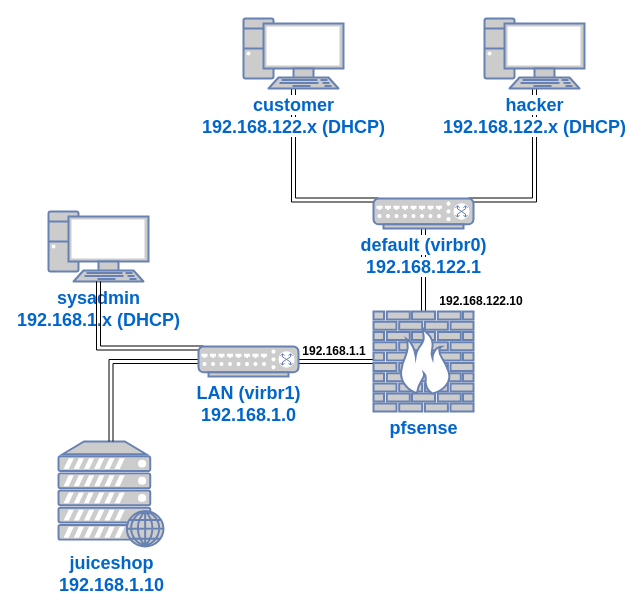
Earlier version of the draw.io diagram content/labs/diagrams/lab-05-pfsense-LAN.drawio (bsebhat/bsebhat.github.io). Source tidied: cells renumbered, new cells numbered last; positions are measured from the earlier drawing's top-left corner, leaving out a move shared by most shapes. Both pictures are drawn from the tidied source at 100%, with x=0, y=0 at pixel (48, 18).
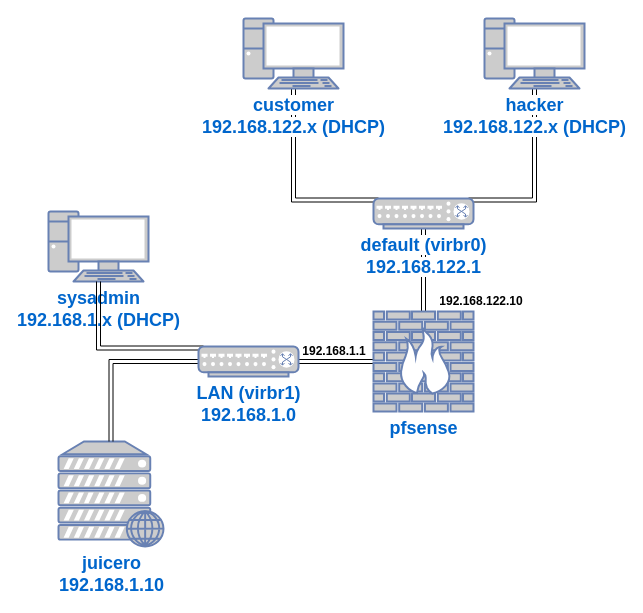
The same diagram, later.

Change to the diagram source:
```diff
@@
 <mxGraphModel>
   <root>
     <mxCell id="0" />
     <mxCell id="1" parent="0" />
     <mxCell id="2" style="edgeStyle=orthogonalEdgeStyle;shape=link;rounded=0;jettySize=auto;html=1;exitX=0.05;exitY=0.05;exitDx=0;exitDy=0;exitPerimeter=0;" parent="1" edge="1" source="5" target="8">
       <mxGeometry relative="1" as="geometry" />
     </mxCell>
     <mxCell id="3" style="edgeStyle=orthogonalEdgeStyle;shape=link;rounded=0;jettySize=auto;html=1;exitX=0.95;exitY=0.05;exitDx=0;exitDy=0;exitPerimeter=0;" parent="1" edge="1" source="5" target="9">
       <mxGeometry relative="1" as="geometry" />
     </mxCell>
     <mxCell id="4" style="edgeStyle=orthogonalEdgeStyle;shape=link;rounded=0;jettySize=auto;html=1;exitX=0.5;exitY=1;exitDx=0;exitDy=0;exitPerimeter=0;" parent="1" edge="1" source="5" target="11">
       <mxGeometry relative="1" as="geometry" />
     </mxCell>
     <mxCell id="5" value="&lt;b style=&quot;border-color: var(--border-color);&quot;&gt;&lt;font style=&quot;border-color: var(--border-color); font-size: 18px; background-color: rgb(255, 255, 255);&quot;&gt;default (virbr0)&lt;br style=&quot;border-color: var(--border-color);&quot;&gt;192.168.122.1&lt;/font&gt;&lt;/b&gt;" style="fontColor=#0066CC;verticalAlign=top;verticalLabelPosition=bottom;labelPosition=center;align=center;html=1;outlineConnect=0;fillColor=#CCCCCC;strokeColor=#6881B3;gradientColor=none;gradientDirection=north;strokeWidth=2;shape=mxgraph.networks.switch;" parent="1" vertex="1">
       <mxGeometry x="325" y="180" width="100" height="30" as="geometry" />
     </mxCell>
-    <mxCell id="6" value="&lt;b style=&quot;border-color: var(--border-color);&quot;&gt;&lt;font style=&quot;border-color: var(--border-color); font-size: 18px;&quot;&gt;juiceshop&lt;br style=&quot;border-color: var(--border-color);&quot;&gt;192.168.1.10&lt;/font&gt;&lt;/b&gt;" style="fontColor=#0066CC;verticalAlign=top;verticalLabelPosition=bottom;labelPosition=center;align=center;html=1;outlineConnect=0;fillColor=#CCCCCC;strokeColor=#6881B3;gradientColor=none;gradientDirection=north;strokeWidth=2;shape=mxgraph.networks.web_server;" parent="1" vertex="1">
+    <mxCell id="6" value="&lt;b style=&quot;border-color: var(--border-color);&quot;&gt;&lt;font style=&quot;border-color: var(--border-color); font-size: 18px;&quot;&gt;juicero&lt;br style=&quot;border-color: var(--border-color);&quot;&gt;192.168.1.10&lt;/font&gt;&lt;/b&gt;" style="fontColor=#0066CC;verticalAlign=top;verticalLabelPosition=bottom;labelPosition=center;align=center;html=1;outlineConnect=0;fillColor=#CCCCCC;strokeColor=#6881B3;gradientColor=none;gradientDirection=north;strokeWidth=2;shape=mxgraph.networks.web_server;" parent="1" vertex="1">
       <mxGeometry x="10" y="423" width="105" height="105" as="geometry" />
     </mxCell>
     <mxCell id="7" value="&lt;b&gt;&lt;font style=&quot;font-size: 18px; background-color: rgb(255, 255, 255);&quot;&gt;sysadmin&lt;br&gt;192.168.1.x (DHCP)&lt;/font&gt;&lt;/b&gt;" style="fontColor=#0066CC;verticalAlign=top;verticalLabelPosition=bottom;labelPosition=center;align=center;html=1;outlineConnect=0;fillColor=#CCCCCC;strokeColor=#6881B3;gradientColor=none;gradientDirection=north;strokeWidth=2;shape=mxgraph.networks.pc;" parent="1" vertex="1">
       <mxGeometry y="193" width="100" height="70" as="geometry" />
     </mxCell>
     <mxCell id="8" value="&lt;b&gt;&lt;font style=&quot;font-size: 18px; background-color: rgb(255, 255, 255);&quot;&gt;customer&lt;br&gt;192.168.122.x (DHCP)&lt;/font&gt;&lt;/b&gt;" style="fontColor=#0066CC;verticalAlign=top;verticalLabelPosition=bottom;labelPosition=center;align=center;html=1;outlineConnect=0;fillColor=#CCCCCC;strokeColor=#6881B3;gradientColor=none;gradientDirection=north;strokeWidth=2;shape=mxgraph.networks.pc;" parent="1" vertex="1">
       <mxGeometry x="195" width="100" height="70" as="geometry" />
     </mxCell>
     <mxCell id="9" value="&lt;b&gt;&lt;font style=&quot;font-size: 18px; background-color: rgb(255, 255, 255);&quot;&gt;hacker&lt;br&gt;192.168.122.x (DHCP)&lt;/font&gt;&lt;/b&gt;" style="fontColor=#0066CC;verticalAlign=top;verticalLabelPosition=bottom;labelPosition=center;align=center;html=1;outlineConnect=0;fillColor=#CCCCCC;strokeColor=#6881B3;gradientColor=none;gradientDirection=north;strokeWidth=2;shape=mxgraph.networks.pc;" parent="1" vertex="1">
       <mxGeometry x="436" width="100" height="70" as="geometry" />
     </mxCell>
     <mxCell id="10" style="edgeStyle=orthogonalEdgeStyle;shape=link;rounded=0;jettySize=auto;html=1;exitX=0;exitY=0.5;exitDx=0;exitDy=0;exitPerimeter=0;" parent="1" edge="1" source="11" target="14">
       <mxGeometry relative="1" as="geometry" />
     </mxCell>
     <mxCell id="11" value="&lt;b style=&quot;border-color: var(--border-color);&quot;&gt;&lt;font style=&quot;border-color: var(--border-color); font-size: 18px;&quot;&gt;pfsense&lt;br&gt;&lt;/font&gt;&lt;/b&gt;" style="fontColor=#0066CC;verticalAlign=top;verticalLabelPosition=bottom;labelPosition=center;align=center;html=1;outlineConnect=0;fillColor=#CCCCCC;strokeColor=#6881B3;gradientColor=none;gradientDirection=north;strokeWidth=2;shape=mxgraph.networks.firewall;" parent="1" vertex="1">
       <mxGeometry x="325" y="293" width="100" height="100" as="geometry" />
     </mxCell>
     <mxCell id="12" style="edgeStyle=orthogonalEdgeStyle;shape=link;rounded=0;jettySize=auto;html=1;exitX=0.05;exitY=0.05;exitDx=0;exitDy=0;exitPerimeter=0;" parent="1" edge="1" source="14" target="7">
       <mxGeometry relative="1" as="geometry" />
     </mxCell>
     <mxCell id="13" style="edgeStyle=orthogonalEdgeStyle;shape=link;rounded=0;jettySize=auto;html=1;exitX=0;exitY=0.5;exitDx=0;exitDy=0;exitPerimeter=0;" parent="1" edge="1" source="14" target="6">
       <mxGeometry relative="1" as="geometry" />
     </mxCell>
     <mxCell id="14" value="&lt;b style=&quot;border-color: var(--border-color);&quot;&gt;&lt;font style=&quot;border-color: var(--border-color); font-size: 18px;&quot;&gt;LAN (virbr1)&lt;br style=&quot;border-color: var(--border-color);&quot;&gt;192.168.1.0&lt;/font&gt;&lt;/b&gt;" style="fontColor=#0066CC;verticalAlign=top;verticalLabelPosition=bottom;labelPosition=center;align=center;html=1;outlineConnect=0;fillColor=#CCCCCC;strokeColor=#6881B3;gradientColor=none;gradientDirection=north;strokeWidth=2;shape=mxgraph.networks.switch;" parent="1" vertex="1">
       <mxGeometry x="150" y="328" width="100" height="30" as="geometry" />
     </mxCell>
     <mxCell id="15" value="&lt;b&gt;192.168.1.1&lt;/b&gt;" style="text;html=1;strokeColor=none;fillColor=none;align=center;verticalAlign=middle;whiteSpace=wrap;rounded=0;" parent="1" vertex="1">
       <mxGeometry x="256" y="318" width="60" height="30" as="geometry" />
     </mxCell>
     <mxCell id="16" value="&lt;b&gt;192.168.122.10&lt;/b&gt;" style="text;html=1;strokeColor=none;fillColor=none;align=center;verticalAlign=middle;whiteSpace=wrap;rounded=0;" parent="1" vertex="1">
       <mxGeometry x="386" y="268" width="94" height="30" as="geometry" />
     </mxCell>
   </root>
 </mxGraphModel>
```
